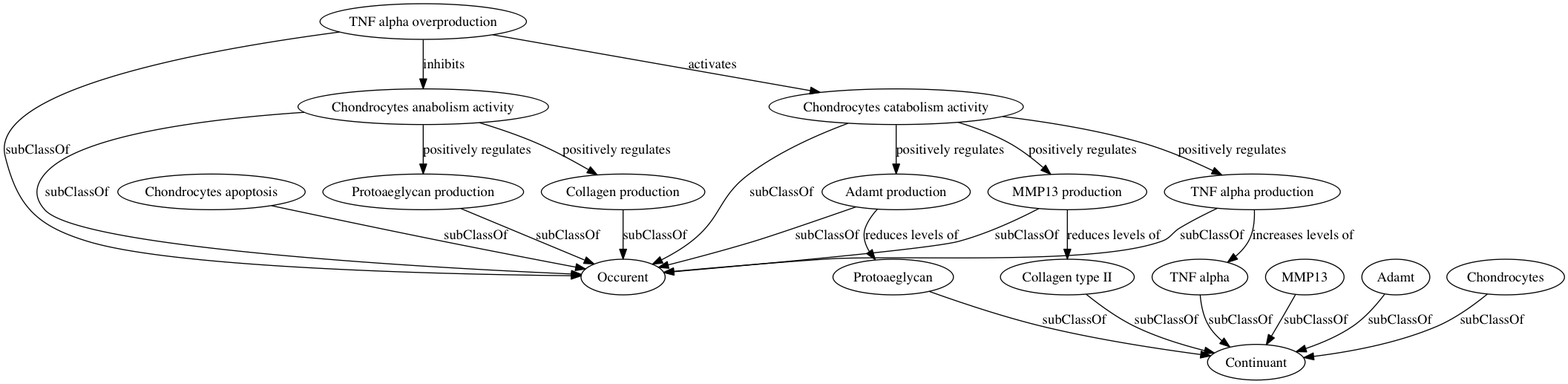
Earlier version of the Graphviz export shared/dot/digraph.png (plumdeq/grontocrawler). Its source is kept beside it as shared/dot/digraph.dot.
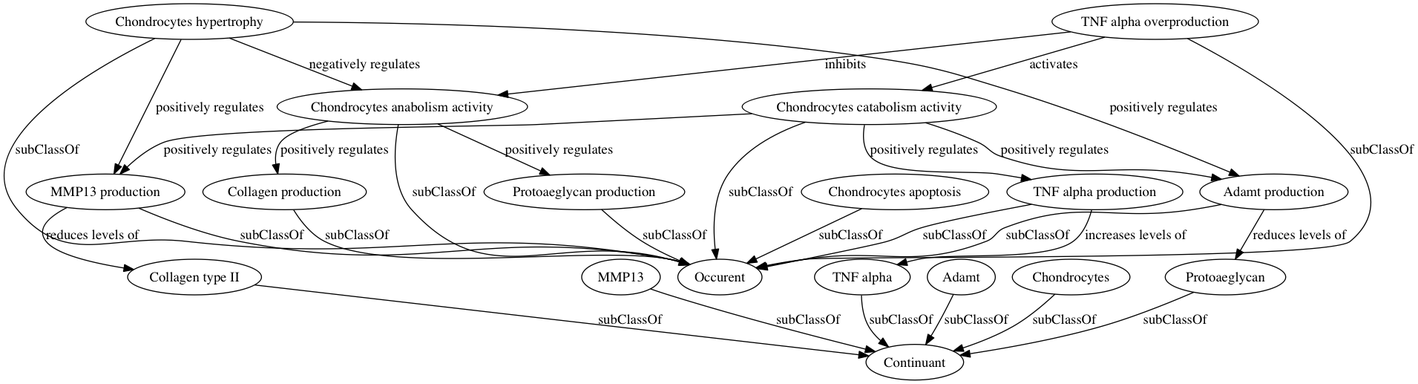
After the commit.

Commit message:
updates hypothesis formalization and fixes a small bug, when  script has None on input for options

The edit, as a diff of the source:
```diff
@@ -1,32 +1,33 @@
 digraph g {
 "http://plumdeq.xyz/ontologies/hypothesis/Collagen_production" [label="Collagen production"] ;
-"http://plumdeq.xyz/ontologies/hypothesis/TNF_alpha_overproduction" [label="TNF alpha overproduction"] ;
 "http://plumdeq.xyz/ontologies/hypothesis/Adamt_production" [label="Adamt production"] ;
 "http://plumdeq.xyz/ontologies/hypothesis/MMP13_production" [label="MMP13 production"] ;
+"http://plumdeq.xyz/ontologies/hypothesis/MMP13" [label="MMP13"] ;
+"http://plumdeq.xyz/ontologies/hypothesis/Protoaeglycan" [label="Protoaeglycan"] ;
 "http://plumdeq.xyz/ontologies/hypothesis/Continuant" [label="Continuant"] ;
-"http://plumdeq.xyz/ontologies/hypothesis/TNF_alpha_production" [label="TNF alpha production"] ;
-"http://plumdeq.xyz/ontologies/hypothesis/MMP13" [label="MMP13"] ;
-"http://plumdeq.xyz/ontologies/hypothesis/Occurent" [label="Occurent"] ;
+"http://plumdeq.xyz/ontologies/hypothesis/Chondrocytes_catabolism_activity" [label="Chondrocytes catabolism activity"] ;
 "http://plumdeq.xyz/ontologies/hypothesis/TNF_alpha" [label="TNF alpha"] ;
 "http://plumdeq.xyz/ontologies/hypothesis/Chondrocytes_anabolism_activity" [label="Chondrocytes anabolism activity"] ;
 "http://plumdeq.xyz/ontologies/hypothesis/Adamt" [label="Adamt"] ;
+"http://plumdeq.xyz/ontologies/hypothesis/Occurent" [label="Occurent"] ;
 "http://plumdeq.xyz/ontologies/hypothesis/Chondrocytes" [label="Chondrocytes"] ;
 "http://plumdeq.xyz/ontologies/hypothesis/Protoaeglycan_production" [label="Protoaeglycan production"] ;
-"http://plumdeq.xyz/ontologies/hypothesis/Protoaeglycan" [label="Protoaeglycan"] ;
-"http://plumdeq.xyz/ontologies/hypothesis/Chondrocytes_catabolism_activity" [label="Chondrocytes catabolism activity"] ;
+"http://plumdeq.xyz/ontologies/hypothesis/TNF_alpha_production" [label="TNF alpha production"] ;
+"http://plumdeq.xyz/ontologies/hypothesis/Chondrocytes_hypertrophy" [label="Chondrocytes hypertrophy"] ;
+"http://plumdeq.xyz/ontologies/hypothesis/TNF_alpha_overproduction" [label="TNF alpha overproduction"] ;
 "http://plumdeq.xyz/ontologies/hypothesis/Chondrocytes_apoptosis" [label="Chondrocytes apoptosis"] ;
 "http://plumdeq.xyz/ontologies/hypothesis/Collagen_type_II" [label="Collagen type II"] ;
 "http://plumdeq.xyz/ontologies/hypothesis/Collagen_production" -> "http://plumdeq.xyz/ontologies/hypothesis/Occurent" [label="subClassOf"] ;
-"http://plumdeq.xyz/ontologies/hypothesis/TNF_alpha_overproduction" -> "http://plumdeq.xyz/ontologies/hypothesis/Chondrocytes_anabolism_activity" [label="inhibits"] ;
-"http://plumdeq.xyz/ontologies/hypothesis/TNF_alpha_overproduction" -> "http://plumdeq.xyz/ontologies/hypothesis/Chondrocytes_catabolism_activity" [label="activates"] ;
-"http://plumdeq.xyz/ontologies/hypothesis/TNF_alpha_overproduction" -> "http://plumdeq.xyz/ontologies/hypothesis/Occurent" [label="subClassOf"] ;
 "http://plumdeq.xyz/ontologies/hypothesis/Adamt_production" -> "http://plumdeq.xyz/ontologies/hypothesis/Protoaeglycan" [label="reduces levels of"] ;
 "http://plumdeq.xyz/ontologies/hypothesis/Adamt_production" -> "http://plumdeq.xyz/ontologies/hypothesis/Occurent" [label="subClassOf"] ;
 "http://plumdeq.xyz/ontologies/hypothesis/MMP13_production" -> "http://plumdeq.xyz/ontologies/hypothesis/Collagen_type_II" [label="reduces levels of"] ;
 "http://plumdeq.xyz/ontologies/hypothesis/MMP13_production" -> "http://plumdeq.xyz/ontologies/hypothesis/Occurent" [label="subClassOf"] ;
-"http://plumdeq.xyz/ontologies/hypothesis/TNF_alpha_production" -> "http://plumdeq.xyz/ontologies/hypothesis/TNF_alpha" [label="increases levels of"] ;
-"http://plumdeq.xyz/ontologies/hypothesis/TNF_alpha_production" -> "http://plumdeq.xyz/ontologies/hypothesis/Occurent" [label="subClassOf"] ;
 "http://plumdeq.xyz/ontologies/hypothesis/MMP13" -> "http://plumdeq.xyz/ontologies/hypothesis/Continuant" [label="subClassOf"] ;
+"http://plumdeq.xyz/ontologies/hypothesis/Protoaeglycan" -> "http://plumdeq.xyz/ontologies/hypothesis/Continuant" [label="subClassOf"] ;
+"http://plumdeq.xyz/ontologies/hypothesis/Chondrocytes_catabolism_activity" -> "http://plumdeq.xyz/ontologies/hypothesis/TNF_alpha_production" [label="positively regulates"] ;
+"http://plumdeq.xyz/ontologies/hypothesis/Chondrocytes_catabolism_activity" -> "http://plumdeq.xyz/ontologies/hypothesis/Adamt_production" [label="positively regulates"] ;
+"http://plumdeq.xyz/ontologies/hypothesis/Chondrocytes_catabolism_activity" -> "http://plumdeq.xyz/ontologies/hypothesis/MMP13_production" [label="positively regulates"] ;
+"http://plumdeq.xyz/ontologies/hypothesis/Chondrocytes_catabolism_activity" -> "http://plumdeq.xyz/ontologies/hypothesis/Occurent" [label="subClassOf"] ;
 "http://plumdeq.xyz/ontologies/hypothesis/TNF_alpha" -> "http://plumdeq.xyz/ontologies/hypothesis/Continuant" [label="subClassOf"] ;
 "http://plumdeq.xyz/ontologies/hypothesis/Chondrocytes_anabolism_activity" -> "http://plumdeq.xyz/ontologies/hypothesis/Collagen_production" [label="positively regulates"] ;
 "http://plumdeq.xyz/ontologies/hypothesis/Chondrocytes_anabolism_activity" -> "http://plumdeq.xyz/ontologies/hypothesis/Protoaeglycan_production" [label="positively regulates"] ;
@@ -34,11 +35,15 @@
 "http://plumdeq.xyz/ontologies/hypothesis/Adamt" -> "http://plumdeq.xyz/ontologies/hypothesis/Continuant" [label="subClassOf"] ;
 "http://plumdeq.xyz/ontologies/hypothesis/Chondrocytes" -> "http://plumdeq.xyz/ontologies/hypothesis/Continuant" [label="subClassOf"] ;
 "http://plumdeq.xyz/ontologies/hypothesis/Protoaeglycan_production" -> "http://plumdeq.xyz/ontologies/hypothesis/Occurent" [label="subClassOf"] ;
-"http://plumdeq.xyz/ontologies/hypothesis/Protoaeglycan" -> "http://plumdeq.xyz/ontologies/hypothesis/Continuant" [label="subClassOf"] ;
-"http://plumdeq.xyz/ontologies/hypothesis/Chondrocytes_catabolism_activity" -> "http://plumdeq.xyz/ontologies/hypothesis/TNF_alpha_production" [label="positively regulates"] ;
-"http://plumdeq.xyz/ontologies/hypothesis/Chondrocytes_catabolism_activity" -> "http://plumdeq.xyz/ontologies/hypothesis/Adamt_production" [label="positively regulates"] ;
-"http://plumdeq.xyz/ontologies/hypothesis/Chondrocytes_catabolism_activity" -> "http://plumdeq.xyz/ontologies/hypothesis/MMP13_production" [label="positively regulates"] ;
-"http://plumdeq.xyz/ontologies/hypothesis/Chondrocytes_catabolism_activity" -> "http://plumdeq.xyz/ontologies/hypothesis/Occurent" [label="subClassOf"] ;
+"http://plumdeq.xyz/ontologies/hypothesis/TNF_alpha_production" -> "http://plumdeq.xyz/ontologies/hypothesis/TNF_alpha" [label="increases levels of"] ;
+"http://plumdeq.xyz/ontologies/hypothesis/TNF_alpha_production" -> "http://plumdeq.xyz/ontologies/hypothesis/Occurent" [label="subClassOf"] ;
+"http://plumdeq.xyz/ontologies/hypothesis/Chondrocytes_hypertrophy" -> "http://plumdeq.xyz/ontologies/hypothesis/Chondrocytes_anabolism_activity" [label="negatively regulates"] ;
+"http://plumdeq.xyz/ontologies/hypothesis/Chondrocytes_hypertrophy" -> "http://plumdeq.xyz/ontologies/hypothesis/Adamt_production" [label="positively regulates"] ;
+"http://plumdeq.xyz/ontologies/hypothesis/Chondrocytes_hypertrophy" -> "http://plumdeq.xyz/ontologies/hypothesis/MMP13_production" [label="positively regulates"] ;
+"http://plumdeq.xyz/ontologies/hypothesis/Chondrocytes_hypertrophy" -> "http://plumdeq.xyz/ontologies/hypothesis/Occurent" [label="subClassOf"] ;
+"http://plumdeq.xyz/ontologies/hypothesis/TNF_alpha_overproduction" -> "http://plumdeq.xyz/ontologies/hypothesis/Chondrocytes_anabolism_activity" [label="inhibits"] ;
+"http://plumdeq.xyz/ontologies/hypothesis/TNF_alpha_overproduction" -> "http://plumdeq.xyz/ontologies/hypothesis/Chondrocytes_catabolism_activity" [label="activates"] ;
+"http://plumdeq.xyz/ontologies/hypothesis/TNF_alpha_overproduction" -> "http://plumdeq.xyz/ontologies/hypothesis/Occurent" [label="subClassOf"] ;
 "http://plumdeq.xyz/ontologies/hypothesis/Chondrocytes_apoptosis" -> "http://plumdeq.xyz/ontologies/hypothesis/Occurent" [label="subClassOf"] ;
 "http://plumdeq.xyz/ontologies/hypothesis/Collagen_type_II" -> "http://plumdeq.xyz/ontologies/hypothesis/Continuant" [label="subClassOf"] ;
 }
```
